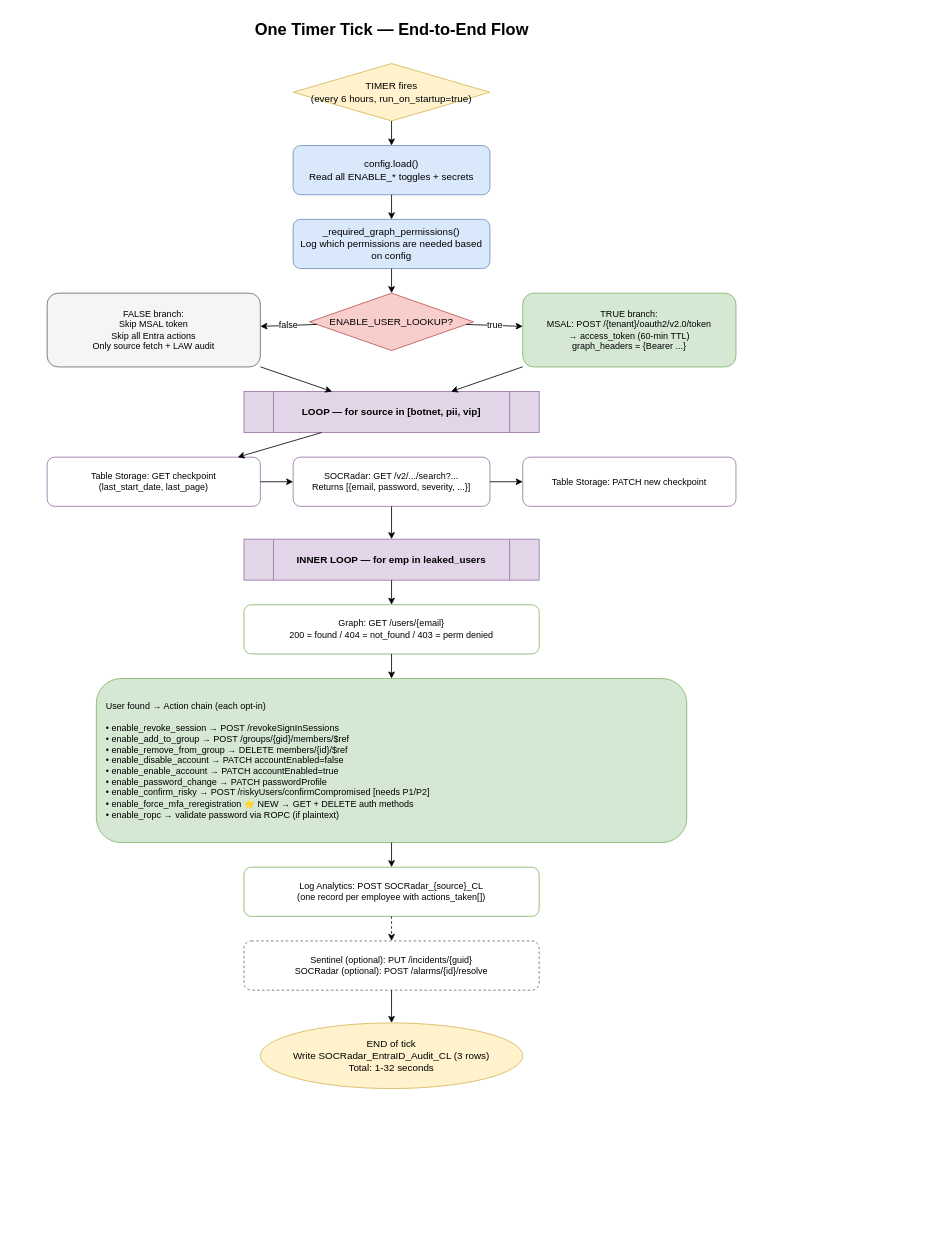
Earlier version of the draw.io diagram page "2. Runtime Flow" (2 of 3) of docs/diagrams/entra-id-overview.drawio (orcunsami/SOCRadar-Azure-Entra-ID). Source tidied: cells renumbered, new cells numbered last; positions are measured from the earlier drawing's top-left corner, leaving out a move shared by most shapes. Both pictures are drawn from the tidied source at 82%, with x=0, y=0 at pixel (14, 14).
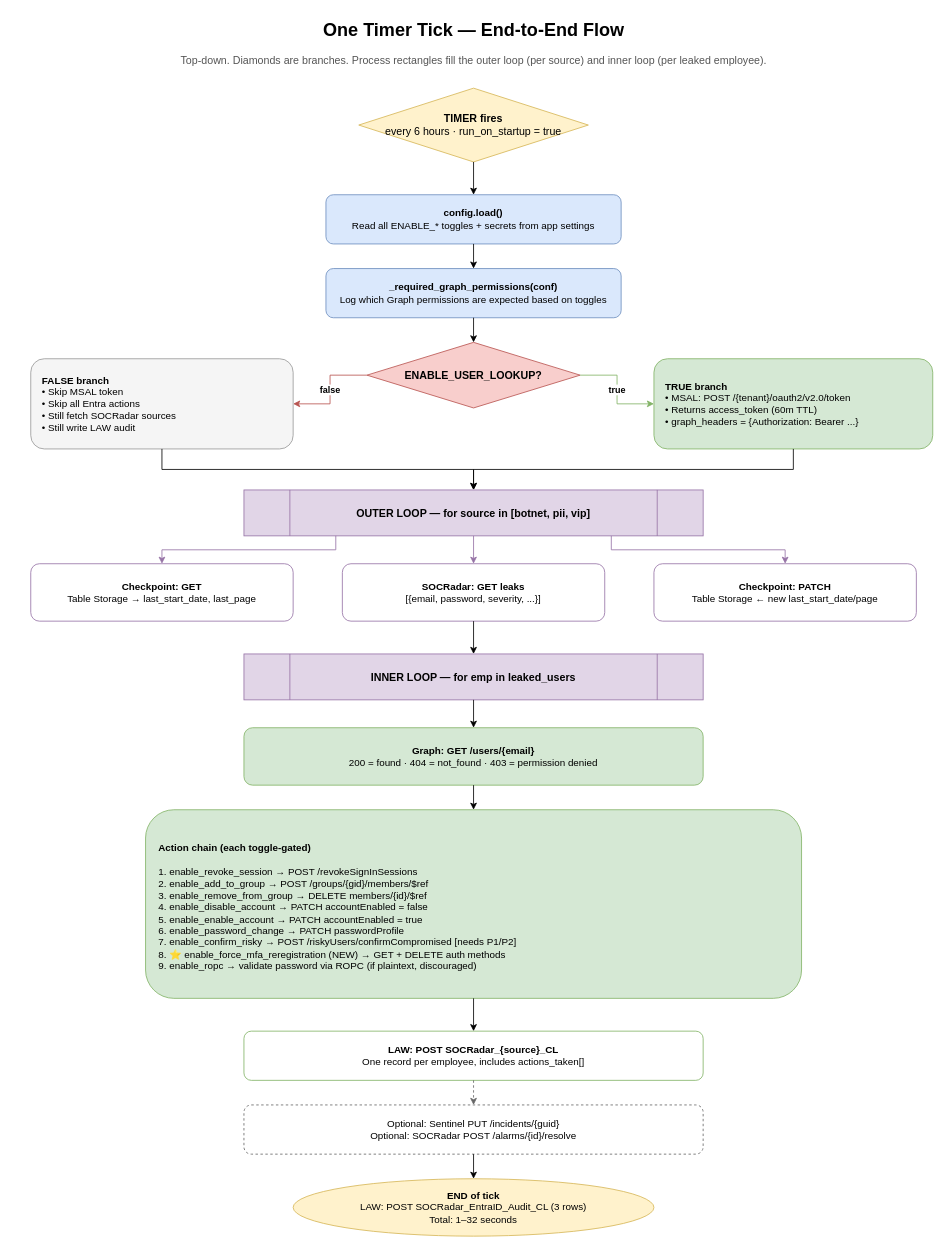
After the change.

Change to the diagram source:
```diff
@@
-    <mxCell id="2" value="One Timer Tick — End-to-End Flow" style="text;strokeColor=none;fillColor=none;html=1;fontSize=20;fontStyle=1;align=center;" parent="1" vertex="1">
-      <mxGeometry width="920" height="40" as="geometry" />
+    <mxCell id="2" value="One Timer Tick — End-to-End Flow" style="text;strokeColor=none;fillColor=none;html=1;fontSize=22;fontStyle=1;align=center;" parent="1" vertex="1">
+      <mxGeometry width="1120" height="40" as="geometry" />
     </mxCell>
+    <mxCell id="35" value="Top-down. Diamonds are branches. Process rectangles fill the outer loop (per source) and inner loop (per leaked employee)." style="text;strokeColor=none;fillColor=none;html=1;fontSize=13;align=center;fontColor=#555;" parent="1" vertex="1">
+      <mxGeometry y="42" width="1120" height="24" as="geometry" />
+    </mxCell>
-    <mxCell id="3" value="TIMER fires&#10;(every 6 hours, run_on_startup=true)" style="rhombus;whiteSpace=wrap;html=1;fillColor=#fff2cc;strokeColor=#d6b656;fontSize=12;" parent="1" vertex="1">
-      <mxGeometry x="340" y="60" width="240" height="70" as="geometry" />
+    <mxCell id="3" value="&lt;b&gt;TIMER fires&lt;/b&gt;&#10;every 6 hours · run_on_startup = true" style="rhombus;whiteSpace=wrap;html=1;fillColor=#fff2cc;strokeColor=#d6b656;fontSize=13;" parent="1" vertex="1">
+      <mxGeometry x="420" y="90" width="280" height="90" as="geometry" />
     </mxCell>
-    <mxCell id="4" value="config.load()&#10;Read all ENABLE_* toggles + secrets" style="rounded=1;whiteSpace=wrap;html=1;fillColor=#dae8fc;strokeColor=#6c8ebf;fontSize=12;" parent="1" vertex="1">
-      <mxGeometry x="340" y="160" width="240" height="60" as="geometry" />
+    <mxCell id="4" value="&lt;b&gt;config.load()&lt;/b&gt;&#10;Read all ENABLE_* toggles + secrets from app settings" style="rounded=1;whiteSpace=wrap;html=1;fillColor=#dae8fc;strokeColor=#6c8ebf;fontSize=12;" parent="1" vertex="1">
+      <mxGeometry x="380" y="220" width="360" height="60" as="geometry" />
     </mxCell>
-    <mxCell id="5" value="_required_graph_permissions()&#10;Log which permissions are needed based on config" style="rounded=1;whiteSpace=wrap;html=1;fillColor=#dae8fc;strokeColor=#6c8ebf;fontSize=12;" parent="1" vertex="1">
-      <mxGeometry x="340" y="250" width="240" height="60" as="geometry" />
+    <mxCell id="5" value="&lt;b&gt;_required_graph_permissions(conf)&lt;/b&gt;&#10;Log which Graph permissions are expected based on toggles" style="rounded=1;whiteSpace=wrap;html=1;fillColor=#dae8fc;strokeColor=#6c8ebf;fontSize=12;" parent="1" vertex="1">
+      <mxGeometry x="380" y="310" width="360" height="60" as="geometry" />
     </mxCell>
-    <mxCell id="6" value="ENABLE_USER_LOOKUP?" style="rhombus;whiteSpace=wrap;html=1;fillColor=#f8cecc;strokeColor=#b85450;fontSize=12;" parent="1" vertex="1">
-      <mxGeometry x="360" y="340" width="200" height="70" as="geometry" />
+    <mxCell id="6" value="&lt;b&gt;ENABLE_USER_LOOKUP?&lt;/b&gt;" style="rhombus;whiteSpace=wrap;html=1;fillColor=#f8cecc;strokeColor=#b85450;fontSize=13;fontStyle=1;" parent="1" vertex="1">
+      <mxGeometry x="430" y="400" width="260" height="80" as="geometry" />
     </mxCell>
-    <mxCell id="7" value="FALSE branch:&#10;Skip MSAL token&#10;Skip all Entra actions&#10;Only source fetch + LAW audit" style="rounded=1;whiteSpace=wrap;html=1;fillColor=#f5f5f5;strokeColor=#666;fontSize=11;" parent="1" vertex="1">
-      <mxGeometry x="40" y="340" width="260" height="90" as="geometry" />
+    <mxCell id="7" value="&lt;b&gt;FALSE branch&lt;/b&gt;&#10;• Skip MSAL token&#10;• Skip all Entra actions&#10;• Still fetch SOCRadar sources&#10;• Still write LAW audit" style="rounded=1;whiteSpace=wrap;html=1;fillColor=#f5f5f5;strokeColor=#999;fontSize=12;align=left;spacingLeft=12;" parent="1" vertex="1">
+      <mxGeometry x="20" y="420" width="320" height="110" as="geometry" />
     </mxCell>
-    <mxCell id="8" value="TRUE branch:&#10;MSAL: POST /{tenant}/oauth2/v2.0/token&#10;→ access_token (60-min TTL)&#10;graph_headers = {Bearer ...}" style="rounded=1;whiteSpace=wrap;html=1;fillColor=#d5e8d4;strokeColor=#82b366;fontSize=11;" parent="1" vertex="1">
-      <mxGeometry x="620" y="340" width="260" height="90" as="geometry" />
+    <mxCell id="8" value="&lt;b&gt;TRUE branch&lt;/b&gt;&#10;• MSAL: POST /{tenant}/oauth2/v2.0/token&#10;• Returns access_token (60m TTL)&#10;• graph_headers = {Authorization: Bearer ...}" style="rounded=1;whiteSpace=wrap;html=1;fillColor=#d5e8d4;strokeColor=#82b366;fontSize=12;align=left;spacingLeft=12;" parent="1" vertex="1">
+      <mxGeometry x="780" y="420" width="340" height="110" as="geometry" />
     </mxCell>
-    <mxCell id="9" value="LOOP — for source in [botnet, pii, vip]" style="shape=process;whiteSpace=wrap;html=1;fillColor=#e1d5e7;strokeColor=#9673a6;fontSize=12;fontStyle=1;" parent="1" vertex="1">
-      <mxGeometry x="280" y="460" width="360" height="50" as="geometry" />
+    <mxCell id="9" value="&lt;b&gt;OUTER LOOP — for source in [botnet, pii, vip]&lt;/b&gt;" style="shape=process;whiteSpace=wrap;html=1;fillColor=#e1d5e7;strokeColor=#9673a6;fontSize=13;fontStyle=1;" parent="1" vertex="1">
+      <mxGeometry x="280" y="580" width="560" height="56" as="geometry" />
     </mxCell>
-    <mxCell id="10" value="Table Storage: GET checkpoint&#10;(last_start_date, last_page)" style="rounded=1;whiteSpace=wrap;html=1;fillColor=#ffffff;strokeColor=#9673a6;fontSize=11;" parent="1" vertex="1">
-      <mxGeometry x="40" y="540" width="260" height="60" as="geometry" />
+    <mxCell id="10" value="&lt;b&gt;Checkpoint: GET&lt;/b&gt;&#10;Table Storage → last_start_date, last_page" style="rounded=1;whiteSpace=wrap;html=1;fillColor=#ffffff;strokeColor=#9673a6;fontSize=12;" parent="1" vertex="1">
+      <mxGeometry x="20" y="670" width="320" height="70" as="geometry" />
     </mxCell>
-    <mxCell id="11" value="SOCRadar: GET /v2/.../search?...&#10;Returns [{email, password, severity, ...}]" style="rounded=1;whiteSpace=wrap;html=1;fillColor=#ffffff;strokeColor=#9673a6;fontSize=11;" parent="1" vertex="1">
-      <mxGeometry x="340" y="540" width="240" height="60" as="geometry" />
+    <mxCell id="11" value="&lt;b&gt;SOCRadar: GET leaks&lt;/b&gt;&#10;[{email, password, severity, ...}]" style="rounded=1;whiteSpace=wrap;html=1;fillColor=#ffffff;strokeColor=#9673a6;fontSize=12;" parent="1" vertex="1">
+      <mxGeometry x="400" y="670" width="320" height="70" as="geometry" />
     </mxCell>
-    <mxCell id="12" value="Table Storage: PATCH new checkpoint" style="rounded=1;whiteSpace=wrap;html=1;fillColor=#ffffff;strokeColor=#9673a6;fontSize=11;" parent="1" vertex="1">
-      <mxGeometry x="620" y="540" width="260" height="60" as="geometry" />
+    <mxCell id="12" value="&lt;b&gt;Checkpoint: PATCH&lt;/b&gt;&#10;Table Storage ← new last_start_date/page" style="rounded=1;whiteSpace=wrap;html=1;fillColor=#ffffff;strokeColor=#9673a6;fontSize=12;" parent="1" vertex="1">
+      <mxGeometry x="780" y="670" width="320" height="70" as="geometry" />
     </mxCell>
-    <mxCell id="13" value="INNER LOOP — for emp in leaked_users" style="shape=process;whiteSpace=wrap;html=1;fillColor=#e1d5e7;strokeColor=#9673a6;fontSize=12;fontStyle=1;" parent="1" vertex="1">
-      <mxGeometry x="280" y="640" width="360" height="50" as="geometry" />
+    <mxCell id="13" value="&lt;b&gt;INNER LOOP — for emp in leaked_users&lt;/b&gt;" style="shape=process;whiteSpace=wrap;html=1;fillColor=#e1d5e7;strokeColor=#9673a6;fontSize=13;fontStyle=1;" parent="1" vertex="1">
+      <mxGeometry x="280" y="780" width="560" height="56" as="geometry" />
     </mxCell>
-    <mxCell id="14" value="Graph: GET /users/{email}&#10;200 = found / 404 = not_found / 403 = perm denied" style="rounded=1;whiteSpace=wrap;html=1;fillColor=#ffffff;strokeColor=#82b366;fontSize=11;" parent="1" vertex="1">
-      <mxGeometry x="280" y="720" width="360" height="60" as="geometry" />
+    <mxCell id="14" value="&lt;b&gt;Graph: GET /users/{email}&lt;/b&gt;&#10;200 = found · 404 = not_found · 403 = permission denied" style="rounded=1;whiteSpace=wrap;html=1;fillColor=#d5e8d4;strokeColor=#82b366;fontSize=12;" parent="1" vertex="1">
+      <mxGeometry x="280" y="870" width="560" height="70" as="geometry" />
     </mxCell>
-    <mxCell id="15" value="User found → Action chain (each opt-in)&#10;&#10;• enable_revoke_session → POST /revokeSignInSessions&#10;• enable_add_to_group → POST /groups/{gid}/members/$ref&#10;• enable_remove_from_group → DELETE members/{id}/$ref&#10;• enable_disable_account → PATCH accountEnabled=false&#10;• enable_enable_account → PATCH accountEnabled=true&#10;• enable_password_change → PATCH passwordProfile&#10;• enable_confirm_risky → POST /riskyUsers/confirmCompromised  [needs P1/P2]&#10;• enable_force_mfa_reregistration ⭐ NEW → GET + DELETE auth methods&#10;• enable_ropc → validate password via ROPC (if plaintext)" style="rounded=1;whiteSpace=wrap;html=1;fillColor=#d5e8d4;strokeColor=#82b366;fontSize=11;align=left;spacingLeft=10;" parent="1" vertex="1">
-      <mxGeometry x="100" y="810" width="720" height="200" as="geometry" />
+    <mxCell id="15" value="&lt;b&gt;Action chain (each toggle-gated)&lt;/b&gt;&#10;&#10;1. enable_revoke_session → POST /revokeSignInSessions&#10;2. enable_add_to_group → POST /groups/{gid}/members/$ref&#10;3. enable_remove_from_group → DELETE members/{id}/$ref&#10;4. enable_disable_account → PATCH accountEnabled = false&#10;5. enable_enable_account → PATCH accountEnabled = true&#10;6. enable_password_change → PATCH passwordProfile&#10;7. enable_confirm_risky → POST /riskyUsers/confirmCompromised  [needs P1/P2]&#10;8. ⭐ enable_force_mfa_reregistration (NEW) → GET + DELETE auth methods&#10;9. enable_ropc → validate password via ROPC (if plaintext, discouraged)" style="rounded=1;whiteSpace=wrap;html=1;fillColor=#d5e8d4;strokeColor=#82b366;fontSize=12;align=left;spacingLeft=14;spacingTop=8;" parent="1" vertex="1">
+      <mxGeometry x="160" y="970" width="800" height="230" as="geometry" />
     </mxCell>
-    <mxCell id="16" value="Log Analytics: POST SOCRadar_{source}_CL&#10;(one record per employee with actions_taken[])" style="rounded=1;whiteSpace=wrap;html=1;fillColor=#ffffff;strokeColor=#82b366;fontSize=11;" parent="1" vertex="1">
-      <mxGeometry x="280" y="1040" width="360" height="60" as="geometry" />
+    <mxCell id="16" value="&lt;b&gt;LAW: POST SOCRadar_{source}_CL&lt;/b&gt;&#10;One record per employee, includes actions_taken[]" style="rounded=1;whiteSpace=wrap;html=1;fillColor=#ffffff;strokeColor=#82b366;fontSize=12;" parent="1" vertex="1">
+      <mxGeometry x="280" y="1240" width="560" height="60" as="geometry" />
     </mxCell>
-    <mxCell id="17" value="Sentinel (optional): PUT /incidents/{guid}&#10;SOCRadar (optional): POST /alarms/{id}/resolve" style="rounded=1;whiteSpace=wrap;html=1;dashed=1;fillColor=#ffffff;strokeColor=#666;fontSize=11;" parent="1" vertex="1">
-      <mxGeometry x="280" y="1130" width="360" height="60" as="geometry" />
+    <mxCell id="17" value="Optional: Sentinel PUT /incidents/{guid}&#10;Optional: SOCRadar POST /alarms/{id}/resolve" style="rounded=1;whiteSpace=wrap;html=1;dashed=1;fillColor=#ffffff;strokeColor=#666;fontSize=12;" parent="1" vertex="1">
+      <mxGeometry x="280" y="1330" width="560" height="60" as="geometry" />
     </mxCell>
-    <mxCell id="18" value="END of tick&#10;Write SOCRadar_EntraID_Audit_CL (3 rows)&#10;Total: 1-32 seconds" style="ellipse;whiteSpace=wrap;html=1;fillColor=#fff2cc;strokeColor=#d6b656;fontSize=12;" parent="1" vertex="1">
-      <mxGeometry x="300" y="1230" width="320" height="80" as="geometry" />
+    <mxCell id="18" value="&lt;b&gt;END of tick&lt;/b&gt;&#10;LAW: POST SOCRadar_EntraID_Audit_CL (3 rows)&#10;Total: 1–32 seconds" style="ellipse;whiteSpace=wrap;html=1;fillColor=#fff2cc;strokeColor=#d6b656;fontSize=12;" parent="1" vertex="1">
+      <mxGeometry x="340" y="1420" width="440" height="70" as="geometry" />
     </mxCell>
-    <mxCell id="19" style="endArrow=classic;html=1;strokeColor=#000;" parent="1" edge="1" source="3" target="4">
+    <mxCell id="19" style="edgeStyle=orthogonalEdgeStyle;rounded=0;html=1;endArrow=classic;strokeColor=#000;exitX=0.5;exitY=1;entryX=0.5;entryY=0;" parent="1" edge="1" source="3" target="4">
       <mxGeometry relative="1" as="geometry" />
     </mxCell>
-    <mxCell id="20" style="endArrow=classic;html=1;strokeColor=#000;" parent="1" edge="1" source="4" target="5">
+    <mxCell id="20" style="edgeStyle=orthogonalEdgeStyle;rounded=0;html=1;endArrow=classic;strokeColor=#000;exitX=0.5;exitY=1;entryX=0.5;entryY=0;" parent="1" edge="1" source="4" target="5">
       <mxGeometry relative="1" as="geometry" />
     </mxCell>
-    <mxCell id="21" style="endArrow=classic;html=1;strokeColor=#000;" parent="1" edge="1" source="5" target="6">
+    <mxCell id="21" style="edgeStyle=orthogonalEdgeStyle;rounded=0;html=1;endArrow=classic;strokeColor=#000;exitX=0.5;exitY=1;entryX=0.5;entryY=0;" parent="1" edge="1" source="5" target="6">
       <mxGeometry relative="1" as="geometry" />
     </mxCell>
-    <mxCell id="22" value="false" style="endArrow=classic;html=1;strokeColor=#000;" parent="1" edge="1" source="6" target="7">
+    <mxCell id="22" value="false" style="edgeStyle=orthogonalEdgeStyle;rounded=0;html=1;endArrow=classic;strokeColor=#b85450;exitX=0;exitY=0.5;entryX=1;entryY=0.5;fontSize=11;fontStyle=1;" parent="1" edge="1" source="6" target="7">
       <mxGeometry relative="1" as="geometry" />
     </mxCell>
-    <mxCell id="23" value="true" style="endArrow=classic;html=1;strokeColor=#000;" parent="1" edge="1" source="6" target="8">
+    <mxCell id="23" value="true" style="edgeStyle=orthogonalEdgeStyle;rounded=0;html=1;endArrow=classic;strokeColor=#82b366;exitX=1;exitY=0.5;entryX=0;entryY=0.5;fontSize=11;fontStyle=1;" parent="1" edge="1" source="6" target="8">
       <mxGeometry relative="1" as="geometry" />
     </mxCell>
-    <mxCell id="24" style="endArrow=classic;html=1;strokeColor=#000;" parent="1" edge="1" source="7" target="9">
+    <mxCell id="24" style="edgeStyle=orthogonalEdgeStyle;rounded=0;html=1;endArrow=classic;strokeColor=#000;exitX=0.5;exitY=1;entryX=0.5;entryY=0;" parent="1" edge="1" source="7" target="9">
       <mxGeometry relative="1" as="geometry" />
     </mxCell>
-    <mxCell id="25" style="endArrow=classic;html=1;strokeColor=#000;" parent="1" edge="1" source="8" target="9">
+    <mxCell id="25" style="edgeStyle=orthogonalEdgeStyle;rounded=0;html=1;endArrow=classic;strokeColor=#000;exitX=0.5;exitY=1;entryX=0.5;entryY=0;" parent="1" edge="1" source="8" target="9">
       <mxGeometry relative="1" as="geometry" />
     </mxCell>
-    <mxCell id="26" style="endArrow=classic;html=1;strokeColor=#000;" parent="1" edge="1" source="9" target="10">
+    <mxCell id="26" style="edgeStyle=orthogonalEdgeStyle;rounded=0;html=1;endArrow=classic;strokeColor=#9673a6;exitX=0.2;exitY=1;entryX=0.5;entryY=0;" parent="1" edge="1" source="9" target="10">
       <mxGeometry relative="1" as="geometry" />
     </mxCell>
-    <mxCell id="27" style="endArrow=classic;html=1;strokeColor=#000;" parent="1" edge="1" source="10" target="11">
+    <mxCell id="27" style="edgeStyle=orthogonalEdgeStyle;rounded=0;html=1;endArrow=classic;strokeColor=#9673a6;exitX=0.5;exitY=1;entryX=0.5;entryY=0;" parent="1" edge="1" source="9" target="11">
       <mxGeometry relative="1" as="geometry" />
     </mxCell>
-    <mxCell id="28" style="endArrow=classic;html=1;strokeColor=#000;" parent="1" edge="1" source="11" target="12">
+    <mxCell id="28" style="edgeStyle=orthogonalEdgeStyle;rounded=0;html=1;endArrow=classic;strokeColor=#9673a6;exitX=0.8;exitY=1;entryX=0.5;entryY=0;" parent="1" edge="1" source="9" target="12">
       <mxGeometry relative="1" as="geometry" />
     </mxCell>
-    <mxCell id="29" style="endArrow=classic;html=1;strokeColor=#000;exitX=0.5;exitY=1;entryX=0.5;entryY=0;" parent="1" edge="1" source="11" target="13">
+    <mxCell id="29" style="edgeStyle=orthogonalEdgeStyle;rounded=0;html=1;endArrow=classic;strokeColor=#000;exitX=0.5;exitY=1;entryX=0.5;entryY=0;" parent="1" edge="1" source="11" target="13">
       <mxGeometry relative="1" as="geometry" />
     </mxCell>
-    <mxCell id="30" style="endArrow=classic;html=1;strokeColor=#000;" parent="1" edge="1" source="13" target="14">
+    <mxCell id="30" style="edgeStyle=orthogonalEdgeStyle;rounded=0;html=1;endArrow=classic;strokeColor=#000;exitX=0.5;exitY=1;entryX=0.5;entryY=0;" parent="1" edge="1" source="13" target="14">
       <mxGeometry relative="1" as="geometry" />
     </mxCell>
-    <mxCell id="31" style="endArrow=classic;html=1;strokeColor=#000;" parent="1" edge="1" source="14" target="15">
+    <mxCell id="31" style="edgeStyle=orthogonalEdgeStyle;rounded=0;html=1;endArrow=classic;strokeColor=#000;exitX=0.5;exitY=1;entryX=0.5;entryY=0;" parent="1" edge="1" source="14" target="15">
       <mxGeometry relative="1" as="geometry" />
     </mxCell>
-    <mxCell id="32" style="endArrow=classic;html=1;strokeColor=#000;" parent="1" edge="1" source="15" target="16">
+    <mxCell id="32" style="edgeStyle=orthogonalEdgeStyle;rounded=0;html=1;endArrow=classic;strokeColor=#000;exitX=0.5;exitY=1;entryX=0.5;entryY=0;" parent="1" edge="1" source="15" target="16">
       <mxGeometry relative="1" as="geometry" />
     </mxCell>
-    <mxCell id="33" style="endArrow=classic;html=1;strokeColor=#000;dashed=1;" parent="1" edge="1" source="16" target="17">
+    <mxCell id="33" style="edgeStyle=orthogonalEdgeStyle;rounded=0;html=1;endArrow=classic;strokeColor=#666;dashed=1;exitX=0.5;exitY=1;entryX=0.5;entryY=0;" parent="1" edge="1" source="16" target="17">
       <mxGeometry relative="1" as="geometry" />
     </mxCell>
-    <mxCell id="34" style="endArrow=classic;html=1;strokeColor=#000;" parent="1" edge="1" source="17" target="18">
+    <mxCell id="34" style="edgeStyle=orthogonalEdgeStyle;rounded=0;html=1;endArrow=classic;strokeColor=#000;exitX=0.5;exitY=1;entryX=0.5;entryY=0;" parent="1" edge="1" source="17" target="18">
       <mxGeometry relative="1" as="geometry" />
     </mxCell>
```
